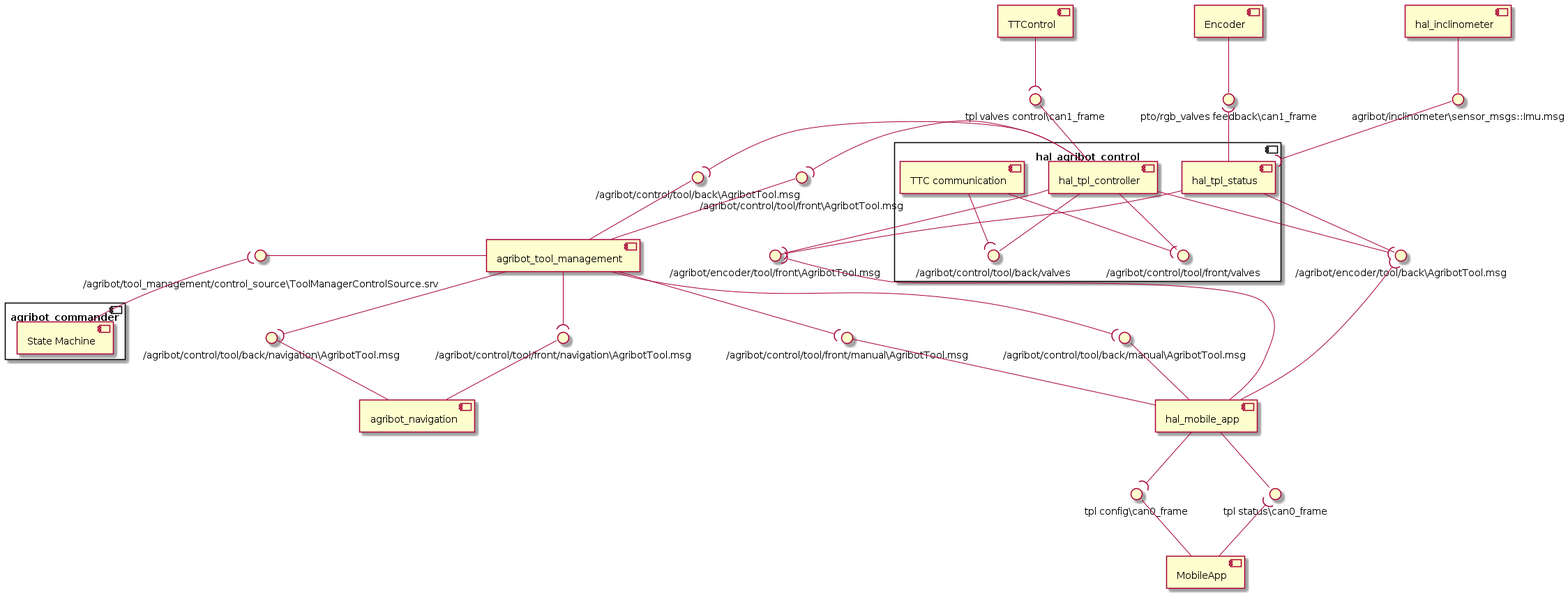
Earlier version of the PlantUML export doc/tpl_component/tpl_control_component.png (agribot-2-0/agribot_tools_management).
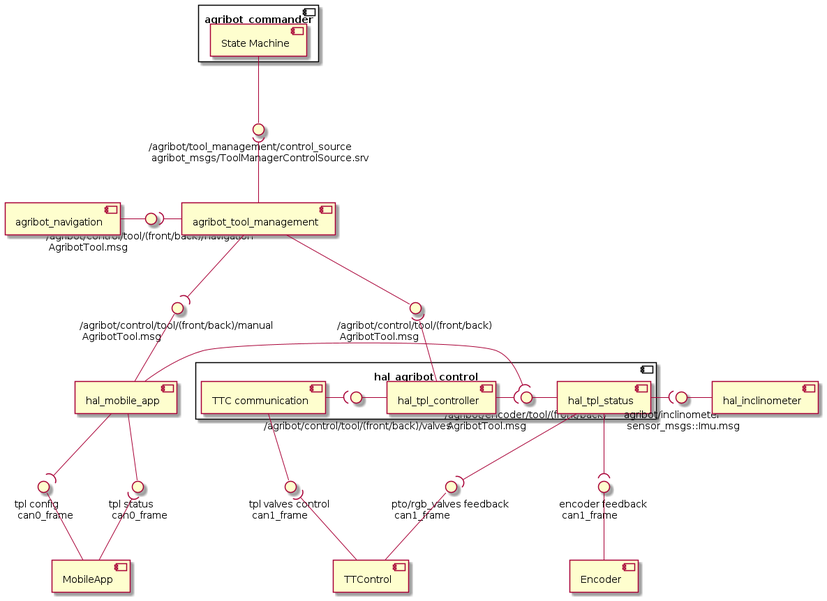
After the change.

Commit message:
Update component diagram

What changed in the source:
```diff
@@ -1,72 +1,84 @@
 @startuml
 
-() "/agribot/encoder/tool/front\AgribotTool.msg" as front_tpl_status
-() "/agribot/encoder/tool/back\AgribotTool.msg" as back_tpl_status
-() "/agribot/control/tool/front/manual\AgribotTool.msg" as manual_control_front_tool
-() "/agribot/control/tool/back/manual\AgribotTool.msg" as manual_control_back_tool
-() "/agribot/control/tool/front/navigation\AgribotTool.msg" as navi_control_front_tool
-() "/agribot/control/tool/back/navigation\AgribotTool.msg" as navi_control_back_tool
-() "\n/agribot/control/tool/front\AgribotTool.msg" as control_back_tool
-() "/agribot/control/tool/back\AgribotTool.msg" as control_front_tool
-() "\n/agribot/tool_management/control_source\ToolManagerControlSource.srv" as control_source
-() "agribot/inclinometer\sensor_msgs::Imu.msg" as hal_inclinometer_topic
-() "tpl status\can0_frame" as tpl_status_can0
-() "tpl config\can0_frame" as tpl_config_can0
-() "encoder feedback\can1_frame" as tpl_feedback_can1
-() "pto/rgb_valves feedback\can1_frame" as tpl_feedback_can1
-() "tpl valves control\can1_frame" as tpl_control_can1
+() "/agribot/control/tool/(front/back)/manual \n AgribotTool.msg" as manual_control_tool
+() "/agribot/control/tool/(front/back)/navigation \n AgribotTool.msg" as navi_control_tool
+() "/agribot/control/tool/(front/back) \n AgribotTool.msg" as control_tool
+() "/agribot/tool_management/control_source \n agribot_msgs/ToolManagerControlSource.srv" as control_source
+() "tpl status \n can0_frame" as tpl_status_can0
+() "tpl config \n can0_frame" as tpl_config_can0
+() "encoder feedback \n can1_frame" as tpl_feedback_can1
+() "pto/rgb_valves feedback \n can1_frame" as tpl_valves_feedback_can1
+() "tpl valves control \n can1_frame" as tpl_control_can1
 
-component MobileApp
-component hal_mobile_app
-component agribot_tool_management
-component agribot_navigation
-component agribot_commander {
-  [State Machine] as statemachine
-}
-component Encoder
-component hal_agribot_control {
-  () "/agribot/control/tool/front/valves" as control_valves_front
-  () "/agribot/control/tool/back/valves" as control_valves_back
-  [hal_tpl_status] as tpl_status
-  [hal_tpl_controller] as tpl_controller
-  [TTC communication] as ttc_communication
-  tpl_controller --() control_valves_front
-  tpl_controller --() control_valves_back
-  ttc_communication --( control_valves_front
-  ttc_communication --( control_valves_back
-}
-component TTControl
-component hal_inclinometer
+  component agribot_commander {
+    [State Machine] as statemachine
+  }
 
-MobileApp -up-( tpl_status_can0
-MobileApp -up-() tpl_config_can0
-hal_mobile_app -down-( tpl_config_can0
-hal_mobile_app -down-() tpl_status_can0
-hal_mobile_app -up-() manual_control_front_tool
-hal_mobile_app -up-() manual_control_back_tool
-agribot_tool_management -down-( manual_control_front_tool
-agribot_tool_management -down-( manual_control_back_tool
-agribot_navigation -up-() navi_control_front_tool
-agribot_navigation -up-() navi_control_back_tool
-agribot_tool_management -down-( navi_control_front_tool
-agribot_tool_management -down-( navi_control_back_tool
-agribot_tool_management -left-() control_source
-control_source )-- statemachine
-agribot_tool_management -up-() control_back_tool
-agribot_tool_management -up-() control_front_tool
-control_front_tool )-left- tpl_controller
-control_back_tool )-left- tpl_controller
-tpl_status -down-() front_tpl_status
-tpl_status -down-() back_tpl_status
-hal_mobile_app -up-( front_tpl_status
-hal_mobile_app -up-( back_tpl_status
-tpl_controller --( front_tpl_status
-tpl_controller --( back_tpl_status
-Encoder -down-() tpl_feedback_can1
-tpl_status -up-( tpl_feedback_can1
-tpl_controller -up-() tpl_control_can1
-TTControl -down-( tpl_control_can1
-hal_inclinometer --() hal_inclinometer_topic
-hal_inclinometer_topic --( tpl_status
+  component agribot_tool_management
+  component agribot_navigation
+
+
+  () "agribot/inclinometer\n sensor_msgs::Imu.msg" as hal_inclinometer_topic
+
+
+  component hal_agribot_control {
+    () "\n /agribot/control/tool/(front/back)/valves" as control_valves
+    () "/agribot/encoder/tool/(front/back) \n AgribotTool.msg" as tool_tpl_status
+
+    [hal_tpl_status] as tpl_status
+    [hal_tpl_controller] as tpl_controller
+
+    tpl_controller -( tool_tpl_status
+    tool_tpl_status - tpl_status
+    [TTC communication] as ttc_communication
+
+    ttc_communication -( control_valves
+    control_valves - tpl_controller
+  }
+
+  tpl_status -( hal_inclinometer_topic
+  hal_inclinometer_topic - [hal_inclinometer]
+  component hal_inclinometer
+  component hal_mobile_app
+
+
+
+  component Encoder
+  component TTControl
+  component MobileApp
+
+statemachine -- control_source
+
+control_source )-- [agribot_tool_management]
+
+[agribot_navigation] - navi_control_tool
+navi_control_tool )- [agribot_tool_management]
+
+agribot_tool_management --( manual_control_tool
+agribot_tool_management -- control_tool
+
+
+control_tool )-- tpl_controller
+
+manual_control_tool -- [hal_mobile_app]
+
+
+
+tpl_config_can0 -- MobileApp
+
+[hal_mobile_app] -- tpl_status_can0
+tpl_status_can0 )-- MobileApp
+
+[hal_mobile_app] --( tpl_config_can0
+[hal_mobile_app] -( tool_tpl_status
+
+tpl_status --( tpl_feedback_can1
+tpl_feedback_can1 -- Encoder
+
+tpl_status --( tpl_valves_feedback_can1
+tpl_valves_feedback_can1 -- TTControl
+
+ttc_communication -- tpl_control_can1
+tpl_control_can1 )-- TTControl
 
 @enduml
```
